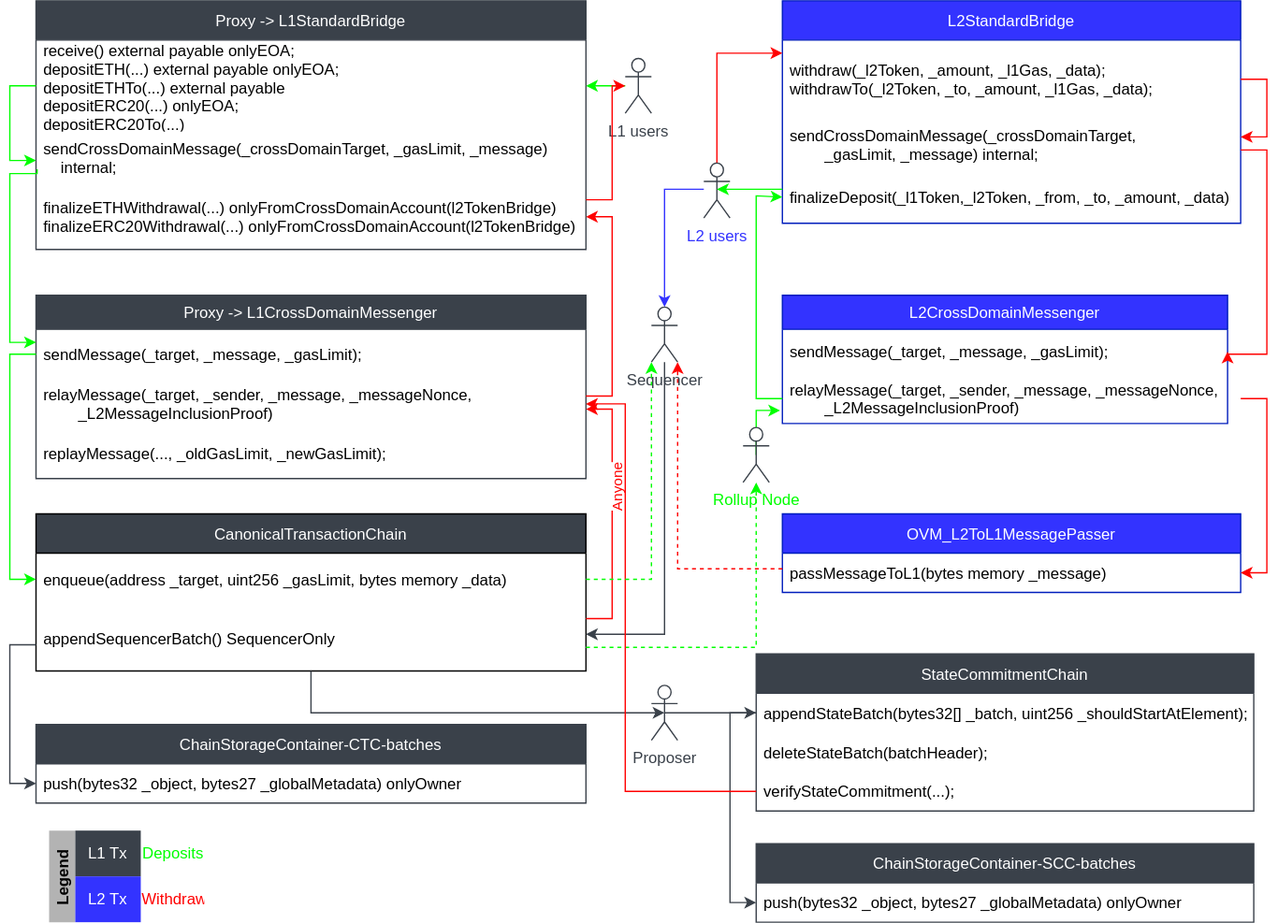
0xDatapunk/optimism keeps this draw.io diagram as packages/figures/OP-current OP.drawio.svg. Above is the earlier version. Source tidied: cells renumbered, new cells last; positions are measured from the earlier drawing's top-left corner, leaving out a move shared by most shapes.
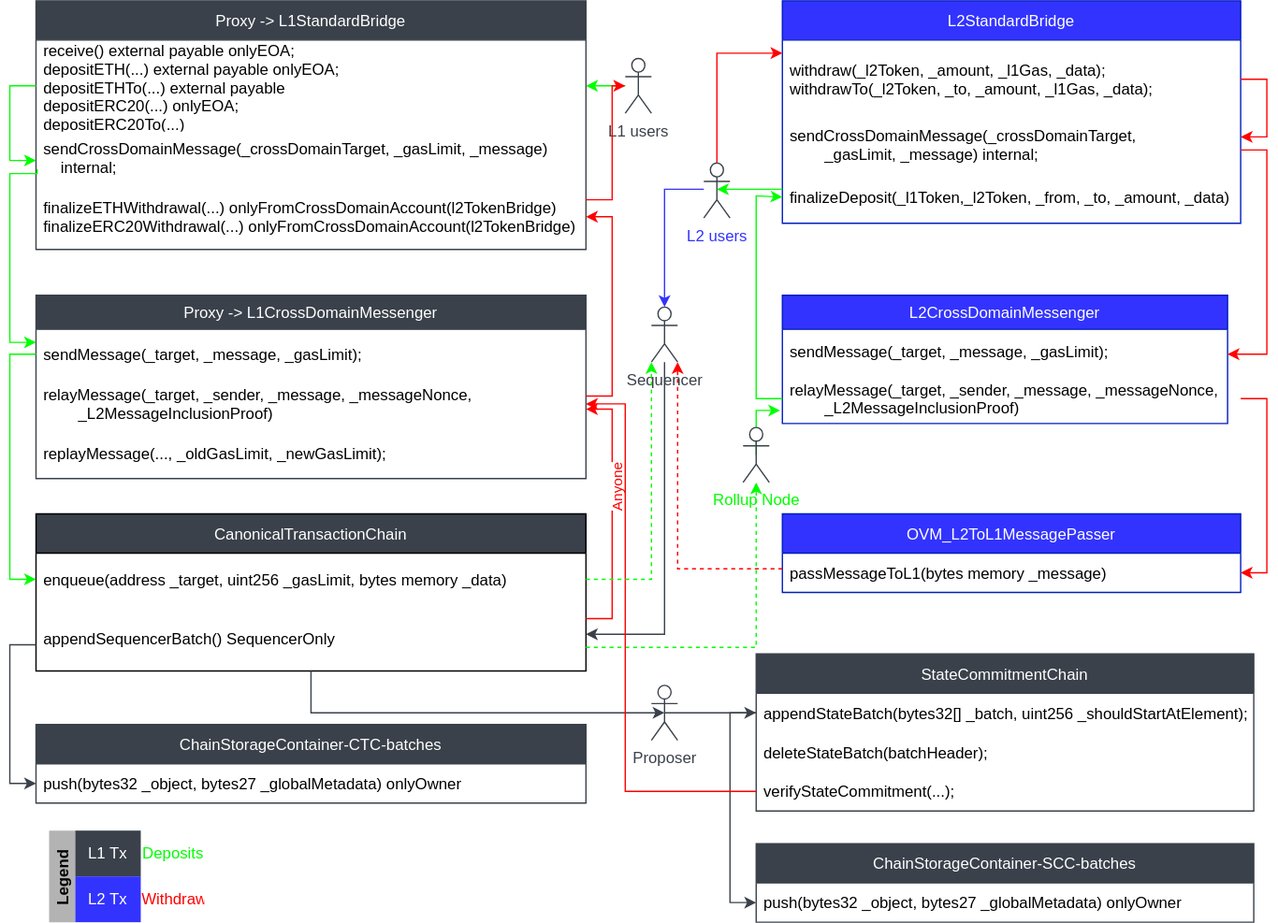
Later version of the same file.

Change to the diagram source:
```diff
@@ -203,8 +203,9 @@
         </Array>
       </mxGeometry>
     </mxCell>
-    <mxCell id="44" style="edgeStyle=orthogonalEdgeStyle;rounded=0;jettySize=auto;html=1;entryX=1;entryY=0.5;entryDx=0;entryDy=0;strokeColor=#FF0000;fontColor=#3333FF;endArrow=classic;endFill=1;" parent="1" edge="1" source="28" target="20">
+    <mxCell id="44" style="edgeStyle=orthogonalEdgeStyle;rounded=0;jettySize=auto;html=1;strokeColor=#FF0000;fontColor=#3333FF;endArrow=classic;endFill=1;" parent="1" edge="1" source="28">
       <mxGeometry relative="1" as="geometry">
+        <mxPoint x="930" y="270" as="targetPoint" />
         <Array as="points">
           <mxPoint x="960" y="114" />
           <mxPoint x="960" y="270" />
```
